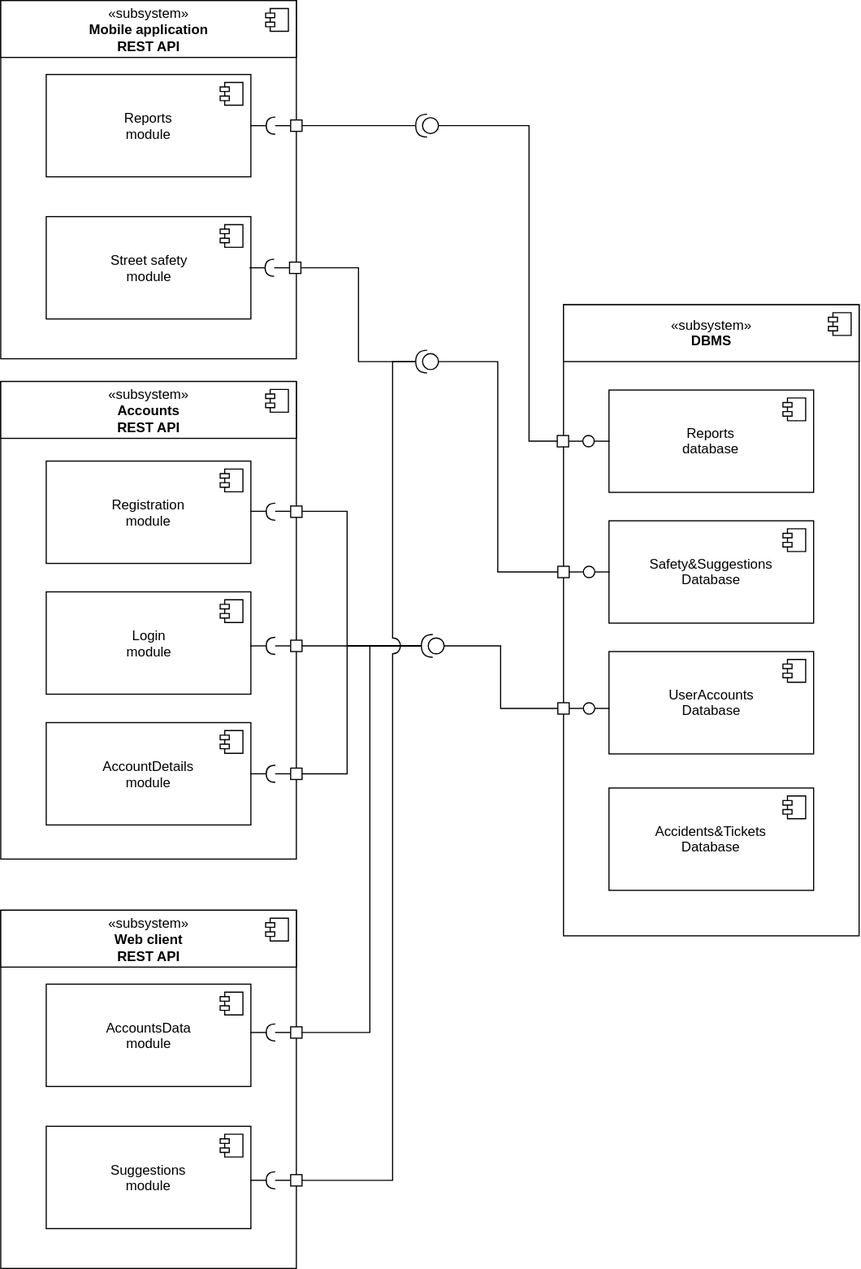
EliaBattiston/SafeStreets keeps this draw.io diagram as DD/Images/Components/ServerSideComponents.svg. Above is the earlier version. Source tidied: cells renumbered, new cells last; positions are measured from the earlier drawing's top-left corner, leaving out a move shared by most shapes.
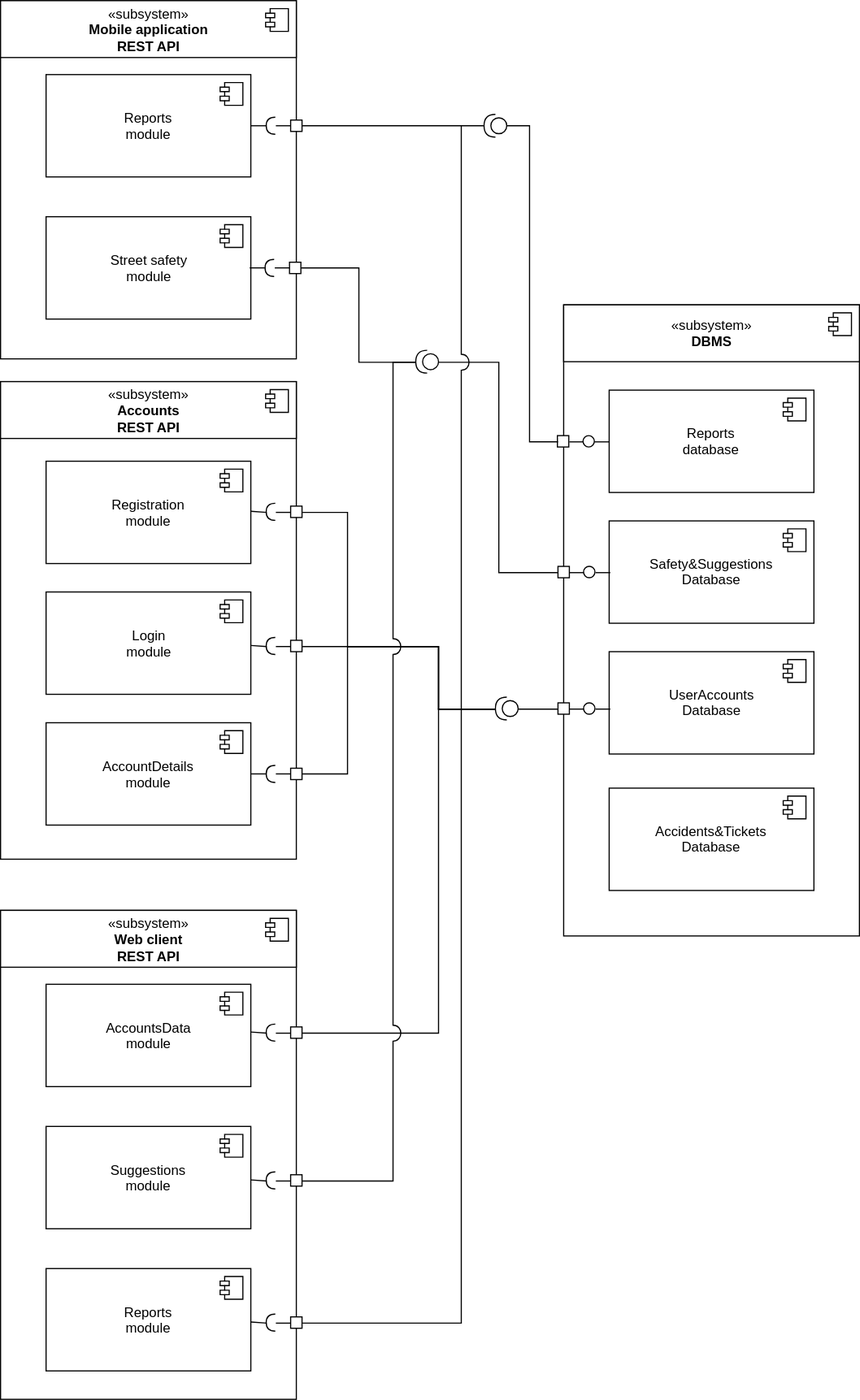
The same file after the commit.

Change to the diagram source:
```diff
@@ -29,17 +29,17 @@
         <mxPoint x="-27" y="7" as="offset" />
       </mxGeometry>
     </mxCell>
-    <mxCell id="9" style="edgeStyle=orthogonalEdgeStyle;rounded=0;jettySize=auto;html=1;exitX=0;exitY=0.5;exitDx=0;exitDy=0;entryX=1;entryY=0.5;entryDx=0;entryDy=0;endArrow=none;endFill=0;" parent="1" edge="1" source="x">
+    <mxCell id="9" style="edgeStyle=orthogonalEdgeStyle;rounded=0;orthogonalLoop=1;jettySize=auto;html=1;exitX=0;exitY=0.5;exitDx=0;exitDy=0;entryX=1;entryY=0.5;entryDx=0;entryDy=0;endArrow=none;endFill=0;" parent="1" edge="1">
       <mxGeometry relative="1" as="geometry">
         <mxPoint x="4.9" y="84.9" as="targetPoint" />
       </mxGeometry>
     </mxCell>
-    <mxCell id="10" style="edgeStyle=orthogonalEdgeStyle;rounded=0;jettySize=auto;html=1;exitX=0;exitY=0.5;exitDx=0;exitDy=0;entryX=1;entryY=0.5;entryDx=0;entryDy=0;endArrow=none;endFill=0;" parent="1" edge="1" source="x">
+    <mxCell id="10" style="edgeStyle=orthogonalEdgeStyle;rounded=0;orthogonalLoop=1;jettySize=auto;html=1;exitX=0;exitY=0.5;exitDx=0;exitDy=0;entryX=1;entryY=0.5;entryDx=0;entryDy=0;endArrow=none;endFill=0;" parent="1" edge="1">
       <mxGeometry relative="1" as="geometry">
         <mxPoint x="4.9" y="134.9" as="targetPoint" />
       </mxGeometry>
     </mxCell>
-    <mxCell id="11" style="edgeStyle=orthogonalEdgeStyle;rounded=0;jettySize=auto;html=1;exitX=0;exitY=0.5;exitDx=0;exitDy=0;entryX=1;entryY=0.5;entryDx=0;entryDy=0;endArrow=none;endFill=0;" parent="1" edge="1" source="x">
+    <mxCell id="11" style="edgeStyle=orthogonalEdgeStyle;rounded=0;orthogonalLoop=1;jettySize=auto;html=1;exitX=0;exitY=0.5;exitDx=0;exitDy=0;entryX=1;entryY=0.5;entryDx=0;entryDy=0;endArrow=none;endFill=0;" parent="1" edge="1">
       <mxGeometry relative="1" as="geometry">
         <mxPoint x="4.9" y="234.9" as="targetPoint" />
       </mxGeometry>
@@ -79,28 +79,28 @@
         <mxPoint x="-27" y="7" as="offset" />
       </mxGeometry>
     </mxCell>
-    <mxCell id="21" style="edgeStyle=orthogonalEdgeStyle;rounded=0;jettySize=auto;html=1;exitX=1;exitY=0.5;exitDx=0;exitDy=0;entryX=0;entryY=0.5;entryDx=0;entryDy=0;endArrow=none;endFill=0;" parent="1" edge="1" source="x">
+    <mxCell id="21" style="edgeStyle=orthogonalEdgeStyle;rounded=0;orthogonalLoop=1;jettySize=auto;html=1;exitX=1;exitY=0.5;exitDx=0;exitDy=0;entryX=0;entryY=0.5;entryDx=0;entryDy=0;endArrow=none;endFill=0;" parent="1" edge="1">
       <mxGeometry relative="1" as="geometry">
         <mxPoint x="17.4" y="424.9" as="targetPoint" />
       </mxGeometry>
     </mxCell>
-    <mxCell id="22" style="edgeStyle=orthogonalEdgeStyle;rounded=0;jettySize=auto;html=1;exitX=0;exitY=0.5;exitDx=0;exitDy=0;entryX=1;entryY=0.5;entryDx=0;entryDy=0;endArrow=none;endFill=0;" parent="1" edge="1" target="x">
+    <mxCell id="22" style="edgeStyle=orthogonalEdgeStyle;rounded=0;orthogonalLoop=1;jettySize=auto;html=1;exitX=0;exitY=0.5;exitDx=0;exitDy=0;entryX=1;entryY=0.5;entryDx=0;entryDy=0;endArrow=none;endFill=0;" parent="1" edge="1">
       <mxGeometry relative="1" as="geometry">
         <mxPoint x="17.4" y="474.9" as="sourcePoint" />
       </mxGeometry>
     </mxCell>
-    <mxCell id="23" style="edgeStyle=orthogonalEdgeStyle;rounded=0;jettySize=auto;html=1;exitX=0;exitY=0.5;exitDx=0;exitDy=0;entryX=1;entryY=0.5;entryDx=0;entryDy=0;endArrow=none;endFill=0;" parent="1" edge="1" target="x">
+    <mxCell id="23" style="edgeStyle=orthogonalEdgeStyle;rounded=0;orthogonalLoop=1;jettySize=auto;html=1;exitX=0;exitY=0.5;exitDx=0;exitDy=0;entryX=1;entryY=0.5;entryDx=0;entryDy=0;endArrow=none;endFill=0;" parent="1" edge="1">
       <mxGeometry relative="1" as="geometry">
         <mxPoint x="17.4" y="564.9" as="sourcePoint" />
       </mxGeometry>
     </mxCell>
-    <mxCell id="24" style="edgeStyle=orthogonalEdgeStyle;rounded=0;jumpStyle=arc;jumpSize=8;jettySize=auto;html=1;exitX=1;exitY=0.5;exitDx=0;exitDy=0;entryX=0;entryY=0.5;entryDx=0;entryDy=0;endArrow=none;endFill=0;" parent="1" edge="1" source="x">
+    <mxCell id="24" style="edgeStyle=orthogonalEdgeStyle;rounded=0;jumpStyle=arc;jumpSize=8;orthogonalLoop=1;jettySize=auto;html=1;exitX=1;exitY=0.5;exitDx=0;exitDy=0;entryX=0;entryY=0.5;entryDx=0;entryDy=0;endArrow=none;endFill=0;" parent="1" edge="1">
       <mxGeometry relative="1" as="geometry">
         <mxPoint x="17.4" y="684.9" as="targetPoint" />
       </mxGeometry>
     </mxCell>
     <mxCell id="25" style="rounded=0;whiteSpace=wrap;html=1;" parent="1" vertex="1">
-      <mxGeometry y="800" width="260" height="315" as="geometry" />
+      <mxGeometry y="800" width="260" height="430" as="geometry" />
     </mxCell>
     <mxCell id="26" value="«subsystem»&lt;br&gt;&lt;b&gt;Web client&lt;br&gt;REST API&lt;br&gt;&lt;/b&gt;" style="html=1;" parent="1" vertex="1">
       <mxGeometry y="800" width="260" height="50" as="geometry" />
@@ -126,12 +126,12 @@
         <mxPoint x="-27" y="7" as="offset" />
       </mxGeometry>
     </mxCell>
-    <mxCell id="32" style="edgeStyle=orthogonalEdgeStyle;rounded=0;jettySize=auto;html=1;exitX=0;exitY=0.5;exitDx=0;exitDy=0;entryX=1;entryY=0.5;entryDx=0;entryDy=0;endArrow=none;endFill=0;" parent="1" edge="1" target="x">
+    <mxCell id="32" style="edgeStyle=orthogonalEdgeStyle;rounded=0;orthogonalLoop=1;jettySize=auto;html=1;exitX=0;exitY=0.5;exitDx=0;exitDy=0;entryX=1;entryY=0.5;entryDx=0;entryDy=0;endArrow=none;endFill=0;" parent="1" edge="1">
       <mxGeometry relative="1" as="geometry">
         <mxPoint x="17.4" y="909.9" as="sourcePoint" />
       </mxGeometry>
     </mxCell>
-    <mxCell id="33" style="edgeStyle=orthogonalEdgeStyle;rounded=0;jettySize=auto;html=1;exitX=0;exitY=0.5;exitDx=0;exitDy=0;entryX=1;entryY=0.5;entryDx=0;entryDy=0;endArrow=none;endFill=0;" parent="1" edge="1" target="x">
+    <mxCell id="33" style="edgeStyle=orthogonalEdgeStyle;rounded=0;orthogonalLoop=1;jettySize=auto;html=1;exitX=0;exitY=0.5;exitDx=0;exitDy=0;entryX=1;entryY=0.5;entryDx=0;entryDy=0;endArrow=none;endFill=0;" parent="1" edge="1">
       <mxGeometry relative="1" as="geometry">
         <mxPoint x="17.4" y="1034.9" as="sourcePoint" />
       </mxGeometry>
@@ -255,7 +255,7 @@
       </mxGeometry>
     </mxCell>
     <mxCell id="64" style="shape=providedRequiredInterface;html=1;verticalLabelPosition=bottom;direction=west;" parent="1" vertex="1">
-      <mxGeometry x="365" y="100" width="20" height="20" as="geometry" />
+      <mxGeometry x="425" y="100" width="20" height="20" as="geometry" />
     </mxCell>
     <mxCell id="65" style="edgeStyle=orthogonalEdgeStyle;rounded=0;jumpStyle=arc;jumpSize=14;jettySize=auto;html=1;entryX=0;entryY=0.5;entryDx=0;entryDy=0;endArrow=none;endFill=0;" parent="1" edge="1" source="66" target="53">
       <mxGeometry relative="1" as="geometry" />
@@ -267,7 +267,7 @@
       <mxGeometry relative="1" as="geometry" />
     </mxCell>
     <mxCell id="68" style="shape=providedRequiredInterface;html=1;verticalLabelPosition=bottom;direction=west;" parent="1" vertex="1">
-      <mxGeometry x="370" y="557.5" width="20" height="20" as="geometry" />
+      <mxGeometry x="435" y="612.5" width="20" height="20" as="geometry" />
     </mxCell>
     <mxCell id="69" style="edgeStyle=orthogonalEdgeStyle;rounded=0;jumpStyle=arc;jumpSize=14;jettySize=auto;html=1;exitX=1;exitY=0.5;exitDx=0;exitDy=0;exitPerimeter=0;entryX=1;entryY=0.5;entryDx=0;entryDy=0;endArrow=none;endFill=0;" parent="1" edge="1" source="71" target="5">
       <mxGeometry relative="1" as="geometry" />
@@ -396,14 +396,16 @@
         <Array as="points">
           <mxPoint x="305" y="450" />
           <mxPoint x="305" y="568" />
+          <mxPoint x="385" y="568" />
+          <mxPoint x="385" y="623" />
         </Array>
       </mxGeometry>
     </mxCell>
     <mxCell id="106" style="edgeStyle=orthogonalEdgeStyle;rounded=0;jumpStyle=arc;jumpSize=14;jettySize=auto;html=1;exitX=1;exitY=0.5;exitDx=0;exitDy=0;entryX=1;entryY=0.5;entryDx=0;entryDy=0;entryPerimeter=0;endArrow=none;endFill=0;" parent="1" edge="1" source="86" target="68">
       <mxGeometry relative="1" as="geometry">
         <Array as="points">
-          <mxPoint x="345" y="568" />
-          <mxPoint x="345" y="568" />
+          <mxPoint x="385" y="568" />
+          <mxPoint x="385" y="623" />
         </Array>
       </mxGeometry>
     </mxCell>
@@ -412,14 +414,16 @@
         <Array as="points">
           <mxPoint x="305" y="680" />
           <mxPoint x="305" y="568" />
+          <mxPoint x="385" y="568" />
+          <mxPoint x="385" y="623" />
         </Array>
       </mxGeometry>
     </mxCell>
     <mxCell id="108" style="edgeStyle=orthogonalEdgeStyle;rounded=0;jumpStyle=arc;jumpSize=14;jettySize=auto;html=1;exitX=1;exitY=0.5;exitDx=0;exitDy=0;entryX=1;entryY=0.5;entryDx=0;entryDy=0;entryPerimeter=0;endArrow=none;endFill=0;" parent="1" edge="1" source="96" target="68">
       <mxGeometry relative="1" as="geometry">
         <Array as="points">
-          <mxPoint x="325" y="908" />
-          <mxPoint x="325" y="568" />
+          <mxPoint x="385" y="908" />
+          <mxPoint x="385" y="623" />
         </Array>
       </mxGeometry>
     </mxCell>
@@ -431,5 +435,35 @@
         </Array>
       </mxGeometry>
     </mxCell>
+    <mxCell id="110" value="Reports&lt;br&gt;module" style="html=1;" parent="1" vertex="1">
+      <mxGeometry x="40" y="1115" width="180" height="90" as="geometry" />
+    </mxCell>
+    <mxCell id="111" style="shape=component;jettyWidth=8;jettyHeight=4;" parent="110" vertex="1">
+      <mxGeometry x="1" width="20" height="20" relative="1" as="geometry">
+        <mxPoint x="-27" y="7" as="offset" />
+      </mxGeometry>
+    </mxCell>
+    <mxCell id="112" style="group;" parent="1" vertex="1">
+      <mxGeometry x="220" y="1155" width="45" height="15" as="geometry" />
+    </mxCell>
+    <mxCell id="113" style="whiteSpace=wrap;html=1;" parent="112" vertex="1">
+      <mxGeometry x="35" y="2.5" width="10" height="10" as="geometry" />
+    </mxCell>
+    <mxCell id="114" style="edgeStyle=orthogonalEdgeStyle;rounded=0;jumpStyle=arc;jumpSize=14;jettySize=auto;html=1;exitX=1;exitY=0.5;exitDx=0;exitDy=0;exitPerimeter=0;entryX=1;entryY=0.5;entryDx=0;entryDy=0;endArrow=none;endFill=0;" parent="112" edge="1" source="116">
+      <mxGeometry relative="1" as="geometry">
+        <mxPoint y="7.5" as="targetPoint" />
+      </mxGeometry>
+    </mxCell>
+    <mxCell id="115" style="edgeStyle=orthogonalEdgeStyle;rounded=0;jumpStyle=arc;jumpSize=14;jettySize=auto;html=1;exitX=0;exitY=0.5;exitDx=0;exitDy=0;exitPerimeter=0;entryX=0;entryY=0.5;entryDx=0;entryDy=0;endArrow=none;endFill=0;" parent="112" edge="1" source="116" target="113">
+      <mxGeometry relative="1" as="geometry" />
+    </mxCell>
+    <mxCell id="116" style="shape=requiredInterface;html=1;verticalLabelPosition=bottom;direction=west;" parent="112" vertex="1">
+      <mxGeometry x="13.5" width="8" height="15" as="geometry" />
+    </mxCell>
+    <mxCell id="117" style="edgeStyle=orthogonalEdgeStyle;rounded=0;jettySize=auto;html=1;exitX=1;exitY=0.5;exitDx=0;exitDy=0;endArrow=none;endFill=0;jumpSize=14;jumpStyle=arc;" parent="1" edge="1" source="113">
+      <mxGeometry relative="1" as="geometry">
+        <mxPoint x="405" y="110" as="targetPoint" />
+      </mxGeometry>
+    </mxCell>
   </root>
 </mxGraphModel>
```
